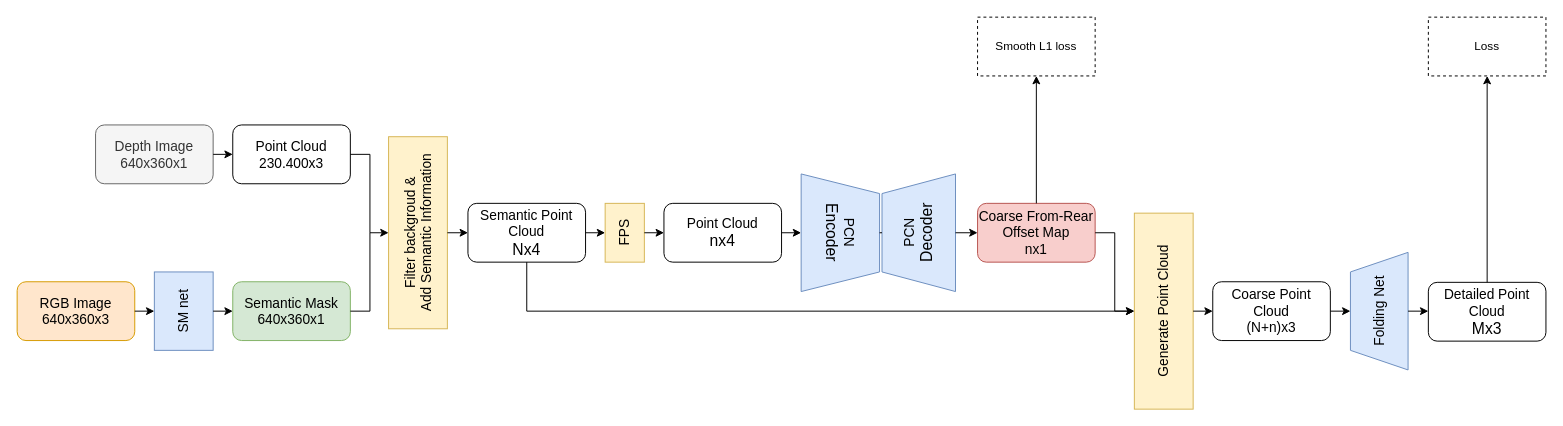
HoangHongNgo/examples keeps this draw.io diagram as intergrate-pcn.drawio. Above is the earlier version. Source tidied: cells renumbered, new cells numbered last; positions are measured from the earlier drawing's top-left corner, leaving out a move shared by most shapes. Both pictures are drawn from the tidied source at 98%, with x=0, y=0 at pixel (17, 17).
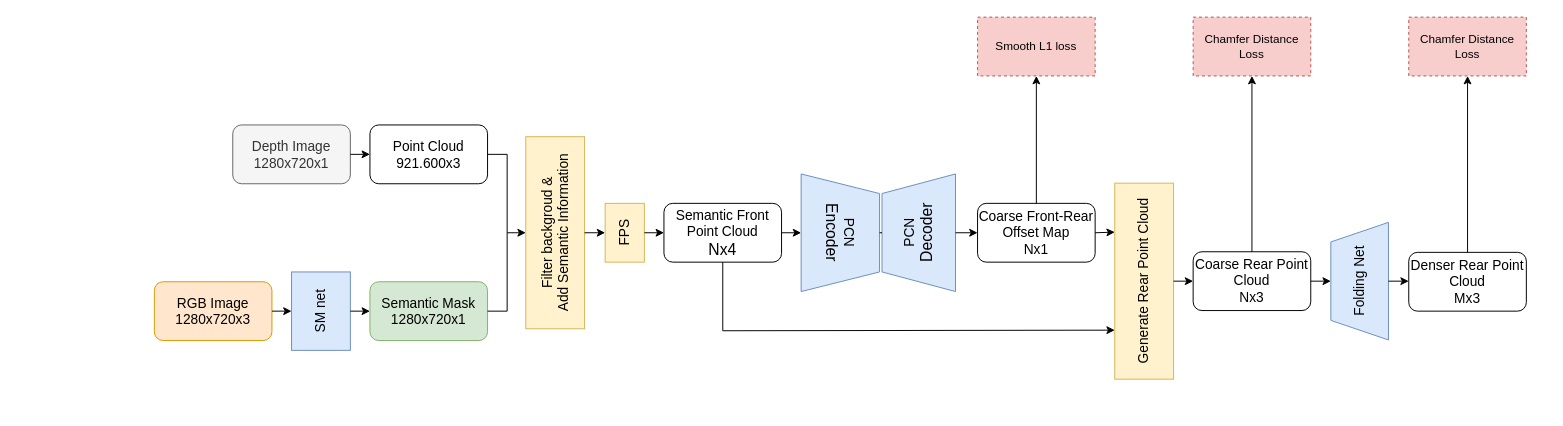
After the change.

Unchanged cells that the change refers to:
```xml
<mxCell id="4" value="&lt;span style=&quot;font-size: 14px;&quot;&gt;FPS&lt;/span&gt;" style="rounded=0;whiteSpace=wrap;html=1;rotation=-90;fillColor=#fff2cc;strokeColor=#d6b656;" parent="1" vertex="1">
  <mxGeometry x="590" y="200" width="60" height="40" as="geometry" />
</mxCell>
```

Diff of the diagram source:
```diff
@@
-    <mxCell id="2" value="&lt;font style=&quot;font-size: 14px;&quot;&gt;Depth Image&lt;/font&gt;&lt;div&gt;&lt;font style=&quot;font-size: 14px;&quot;&gt;640x360x1&lt;/font&gt;&lt;/div&gt;" style="rounded=1;whiteSpace=wrap;html=1;fillColor=#f5f5f5;fontColor=#333333;strokeColor=#666666;" parent="1" vertex="1">
-      <mxGeometry x="80" y="110" width="120" height="60" as="geometry" />
+    <mxCell id="2" value="&lt;font style=&quot;font-size: 14px;&quot;&gt;Depth Image&lt;/font&gt;&lt;div&gt;&lt;font style=&quot;font-size: 14px;&quot;&gt;1280x720x1&lt;/font&gt;&lt;/div&gt;" style="rounded=1;whiteSpace=wrap;html=1;fillColor=#f5f5f5;fontColor=#333333;strokeColor=#666666;" parent="1" vertex="1">
+      <mxGeometry x="220" y="110" width="120" height="60" as="geometry" />
     </mxCell>
-    <mxCell id="3" value="&lt;font style=&quot;font-size: 14px;&quot;&gt;Point Cloud&lt;/font&gt;&lt;div&gt;&lt;font size=&quot;3&quot;&gt;nx4&lt;/font&gt;&lt;/div&gt;" style="rounded=1;whiteSpace=wrap;html=1;" parent="1" vertex="1">
+    <mxCell id="3" value="&lt;font style=&quot;font-size: 14px;&quot;&gt;Semantic Front Point Cloud&lt;/font&gt;&lt;div&gt;&lt;font size=&quot;3&quot;&gt;Nx4&lt;/font&gt;&lt;/div&gt;" style="rounded=1;whiteSpace=wrap;html=1;" parent="1" vertex="1">
       <mxGeometry x="660" y="190" width="120" height="60" as="geometry" />
     </mxCell>
@@
-    <mxCell id="5" value="&lt;font style=&quot;font-size: 14px;&quot;&gt;Semantic Mask&lt;/font&gt;&lt;div&gt;&lt;font style=&quot;font-size: 14px;&quot;&gt;640x360x1&lt;/font&gt;&lt;/div&gt;" style="rounded=1;whiteSpace=wrap;html=1;fillColor=#d5e8d4;strokeColor=#82b366;" parent="1" vertex="1">
-      <mxGeometry x="220" y="270" width="120" height="60" as="geometry" />
+    <mxCell id="5" value="&lt;font style=&quot;font-size: 14px;&quot;&gt;Semantic Mask&lt;/font&gt;&lt;div&gt;&lt;font style=&quot;font-size: 14px;&quot;&gt;1280x720x1&lt;/font&gt;&lt;/div&gt;" style="rounded=1;whiteSpace=wrap;html=1;fillColor=#d5e8d4;strokeColor=#82b366;" parent="1" vertex="1">
+      <mxGeometry x="360" y="270" width="120" height="60" as="geometry" />
     </mxCell>
@@
-    <mxCell id="8" value="&lt;span style=&quot;font-size: 14px;&quot;&gt;Coarse From-Rear Offset Map&lt;/span&gt;&lt;div&gt;&lt;span style=&quot;font-size: 14px;&quot;&gt;nx1&lt;/span&gt;&lt;/div&gt;" style="rounded=1;whiteSpace=wrap;html=1;fillColor=#f8cecc;strokeColor=#b85450;" parent="1" vertex="1">
+    <mxCell id="8" value="&lt;span style=&quot;font-size: 14px;&quot;&gt;Coarse Front-Rear Offset Map&lt;/span&gt;&lt;div&gt;&lt;span style=&quot;font-size: 14px;&quot;&gt;Nx1&lt;/span&gt;&lt;/div&gt;" style="rounded=1;whiteSpace=wrap;html=1;" parent="1" vertex="1">
       <mxGeometry x="980" y="190" width="120" height="60" as="geometry" />
     </mxCell>
-    <mxCell id="9" value="&lt;font style=&quot;font-size: 14px;&quot;&gt;Detailed Point Cloud&lt;/font&gt;&lt;div&gt;&lt;font size=&quot;3&quot; style=&quot;&quot;&gt;Mx3&lt;/font&gt;&lt;/div&gt;" style="rounded=1;whiteSpace=wrap;html=1;" parent="1" vertex="1">
-      <mxGeometry x="1440" y="270.6" width="120" height="60" as="geometry" />
+    <mxCell id="9" value="&lt;span style=&quot;font-size: 14px;&quot;&gt;Denser Rear Point Cloud&lt;/span&gt;&lt;div&gt;&lt;span style=&quot;font-size: 14px;&quot;&gt;Mx3&lt;/span&gt;&lt;/div&gt;" style="rounded=1;whiteSpace=wrap;html=1;" parent="1" vertex="1">
+      <mxGeometry x="1420" y="240" width="120" height="60" as="geometry" />
     </mxCell>
     <mxCell id="10" style="endArrow=none;html=1;rounded=0;" parent="1" edge="1">
       <mxGeometry relative="1" as="geometry">
-        <mxPoint x="340" y="300" as="sourcePoint" />
-        <mxPoint x="360" y="300" as="targetPoint" />
+        <mxPoint x="480" y="300" as="sourcePoint" />
+        <mxPoint x="500" y="300" as="targetPoint" />
       </mxGeometry>
     </mxCell>
     <mxCell id="11" style="endArrow=none;html=1;rounded=0;" parent="1" edge="1">
       <mxGeometry relative="1" as="geometry">
-        <mxPoint x="360" y="300" as="sourcePoint" />
-        <mxPoint x="360" y="220" as="targetPoint" />
+        <mxPoint x="500" y="300" as="sourcePoint" />
+        <mxPoint x="500" y="220" as="targetPoint" />
       </mxGeometry>
     </mxCell>
@@
-    <mxCell id="13" value="&lt;span style=&quot;font-size: 14px;&quot;&gt;Point Cloud&lt;/span&gt;&lt;div&gt;&lt;span style=&quot;font-size: 14px;&quot;&gt;230.400x3&lt;/span&gt;&lt;/div&gt;" style="rounded=1;whiteSpace=wrap;html=1;" parent="1" vertex="1">
-      <mxGeometry x="220" y="110" width="120" height="60" as="geometry" />
+    <mxCell id="13" value="&lt;span style=&quot;font-size: 14px;&quot;&gt;Point Cloud&lt;/span&gt;&lt;div&gt;&lt;span style=&quot;font-size: 14px;&quot;&gt;921.600x3&lt;/span&gt;&lt;/div&gt;" style="rounded=1;whiteSpace=wrap;html=1;" parent="1" vertex="1">
+      <mxGeometry x="360" y="110" width="120" height="60" as="geometry" />
     </mxCell>
-    <mxCell id="14" value="&lt;span style=&quot;font-size: 14px;&quot;&gt;RGB Image&lt;/span&gt;&lt;div&gt;&lt;span style=&quot;font-size: 14px;&quot;&gt;640x360x3&lt;/span&gt;&lt;/div&gt;" style="rounded=1;whiteSpace=wrap;html=1;fillColor=#ffe6cc;strokeColor=#d79b00;" parent="1" vertex="1">
-      <mxGeometry y="270" width="120" height="60" as="geometry" />
+    <mxCell id="14" value="&lt;span style=&quot;font-size: 14px;&quot;&gt;RGB Image&lt;/span&gt;&lt;div&gt;&lt;span style=&quot;font-size: 14px;&quot;&gt;1280x720x3&lt;/span&gt;&lt;/div&gt;" style="rounded=1;whiteSpace=wrap;html=1;fillColor=#ffe6cc;strokeColor=#d79b00;" parent="1" vertex="1">
+      <mxGeometry x="140" y="270" width="120" height="60" as="geometry" />
     </mxCell>
     <mxCell id="15" value="&lt;font style=&quot;font-size: 14px;&quot;&gt;SM net&lt;/font&gt;" style="rounded=0;whiteSpace=wrap;html=1;rotation=-90;fillColor=#dae8fc;strokeColor=#6c8ebf;" parent="1" vertex="1">
-      <mxGeometry x="130" y="270" width="80" height="60" as="geometry" />
+      <mxGeometry x="270" y="270" width="80" height="60" as="geometry" />
     </mxCell>
-    <mxCell id="16" value="&lt;font style=&quot;font-size: 14px;&quot;&gt;Semantic Point Cloud&lt;/font&gt;&lt;div&gt;&lt;font size=&quot;3&quot;&gt;Nx4&lt;/font&gt;&lt;/div&gt;" style="rounded=1;whiteSpace=wrap;html=1;" parent="1" vertex="1">
-      <mxGeometry x="460" y="190" width="120" height="60" as="geometry" />
-    </mxCell>
     <mxCell id="17" value="&lt;font style=&quot;font-size: 14px;&quot;&gt;Filter backgroud &amp;amp;&lt;/font&gt;&lt;div&gt;&lt;font style=&quot;font-size: 14px;&quot;&gt;Add Semantic Information&lt;/font&gt;&lt;/div&gt;" style="rounded=0;whiteSpace=wrap;html=1;rotation=-90;fillColor=#fff2cc;strokeColor=#d6b656;" parent="1" vertex="1">
-      <mxGeometry x="311" y="190" width="196" height="60" as="geometry" />
+      <mxGeometry x="451" y="190" width="196" height="60" as="geometry" />
     </mxCell>
-    <mxCell id="18" value="&lt;span style=&quot;font-size: 14px;&quot;&gt;Coarse Point Cloud&lt;/span&gt;&lt;div&gt;&lt;span style=&quot;font-size: 14px;&quot;&gt;(N+n)x3&lt;/span&gt;&lt;/div&gt;" style="rounded=1;whiteSpace=wrap;html=1;" parent="1" vertex="1">
-      <mxGeometry x="1220" y="270" width="120" height="60" as="geometry" />
+    <mxCell id="18" value="&lt;span style=&quot;font-size: 14px;&quot;&gt;Coarse Rear Point Cloud&lt;/span&gt;&lt;div&gt;&lt;span style=&quot;font-size: 14px;&quot;&gt;Nx3&lt;/span&gt;&lt;/div&gt;" style="rounded=1;whiteSpace=wrap;html=1;" parent="1" vertex="1">
+      <mxGeometry x="1200" y="239.4" width="120" height="60" as="geometry" />
     </mxCell>
-    <mxCell id="19" value="&lt;font style=&quot;font-size: 14px;&quot;&gt;Generate Point Cloud&lt;/font&gt;" style="rounded=0;whiteSpace=wrap;html=1;fillColor=#fff2cc;strokeColor=#d6b656;rotation=-90;" parent="1" vertex="1">
-      <mxGeometry x="1070" y="270" width="200" height="60" as="geometry" />
+    <mxCell id="19" value="&lt;font style=&quot;font-size: 14px;&quot;&gt;Generate Rear Point Cloud&lt;/font&gt;" style="rounded=0;whiteSpace=wrap;html=1;fillColor=#fff2cc;strokeColor=#d6b656;rotation=-90;" parent="1" vertex="1">
+      <mxGeometry x="1050" y="239.4" width="200" height="60" as="geometry" />
     </mxCell>
-    <mxCell id="20" style="endArrow=classic;html=1;rounded=0;exitX=1;exitY=0.5;exitDx=0;exitDy=0;entryX=0.5;entryY=0;entryDx=0;entryDy=0;" parent="1" edge="1" source="8" target="19">
-      <mxGeometry relative="1" as="geometry">
-        <Array as="points">
-          <mxPoint x="1120" y="220" />
-          <mxPoint x="1120" y="300" />
-        </Array>
-      </mxGeometry>
-    </mxCell>
@@
     <mxCell id="26" style="endArrow=classic;html=1;rounded=0;exitX=1;exitY=0.5;exitDx=0;exitDy=0;entryX=0.5;entryY=0;entryDx=0;entryDy=0;" parent="1" edge="1" source="13" target="17">
       <mxGeometry relative="1" as="geometry">
         <Array as="points">
-          <mxPoint x="360" y="140" />
-          <mxPoint x="360" y="220" />
+          <mxPoint x="500" y="140" />
+          <mxPoint x="500" y="220" />
         </Array>
       </mxGeometry>
     </mxCell>
-    <mxCell id="27" style="endArrow=classic;html=1;rounded=0;exitX=0.5;exitY=1;exitDx=0;exitDy=0;entryX=0;entryY=0.5;entryDx=0;entryDy=0;" parent="1" edge="1" source="17" target="16">
-      <mxGeometry relative="1" as="geometry" />
+    <mxCell id="27" style="endArrow=classic;html=1;rounded=0;exitX=0.5;exitY=1;exitDx=0;exitDy=0;entryX=0;entryY=0.5;entryDx=0;entryDy=0;" parent="1" edge="1" source="17">
+      <mxGeometry relative="1" as="geometry">
+        <mxPoint x="600" y="220" as="targetPoint" />
+      </mxGeometry>
     </mxCell>
-    <mxCell id="28" style="endArrow=classic;html=1;rounded=0;exitX=0.5;exitY=1;exitDx=0;exitDy=0;entryX=0.5;entryY=0;entryDx=0;entryDy=0;" parent="1" edge="1" source="16" target="19">
-      <mxGeometry relative="1" as="geometry">
-        <Array as="points">
-          <mxPoint x="520" y="300" />
-        </Array>
-      </mxGeometry>
-    </mxCell>
     <mxCell id="29" value="&lt;span style=&quot;font-size: 14px;&quot;&gt;Folding Net&lt;/span&gt;" style="shape=trapezoid;perimeter=trapezoidPerimeter;whiteSpace=wrap;html=1;fixedSize=1;rotation=-90;fillColor=#dae8fc;strokeColor=#6c8ebf;" parent="1" vertex="1">
-      <mxGeometry x="1329.9" y="270.6" width="120" height="58.8" as="geometry" />
+      <mxGeometry x="1309.9" y="240" width="120" height="58.8" as="geometry" />
     </mxCell>
-    <mxCell id="30" style="endArrow=classic;html=1;rounded=0;exitX=1;exitY=0.5;exitDx=0;exitDy=0;" parent="1" edge="1" source="16" target="4">
-      <mxGeometry relative="1" as="geometry" />
-    </mxCell>
@@
     <mxCell id="34" style="endArrow=classic;html=1;rounded=0;exitX=0.5;exitY=1;exitDx=0;exitDy=0;" parent="1" edge="1" source="29">
       <mxGeometry relative="1" as="geometry">
-        <mxPoint x="1440" y="300" as="targetPoint" />
+        <mxPoint x="1420" y="269.4" as="targetPoint" />
       </mxGeometry>
     </mxCell>
@@
-    <mxCell id="36" value="Smooth L1 loss" style="rounded=0;whiteSpace=wrap;html=1;dashed=1;" parent="1" vertex="1">
+    <mxCell id="36" value="Smooth L1 loss" style="rounded=0;whiteSpace=wrap;html=1;dashed=1;fillColor=#f8cecc;strokeColor=#b85450;" parent="1" vertex="1">
       <mxGeometry x="980" width="120" height="60" as="geometry" />
     </mxCell>
-    <mxCell id="37" style="endArrow=classic;html=1;rounded=0;exitX=0.5;exitY=0;exitDx=0;exitDy=0;" parent="1" edge="1" source="9">
-      <mxGeometry relative="1" as="geometry">
-        <mxPoint x="1500" y="60" as="targetPoint" />
-      </mxGeometry>
+    <mxCell id="37" style="endArrow=classic;html=1;rounded=0;exitX=0.5;exitY=0;exitDx=0;exitDy=0;entryX=0.5;entryY=1;entryDx=0;entryDy=0;" parent="1" edge="1" source="9" target="38">
+      <mxGeometry relative="1" as="geometry" />
     </mxCell>
-    <mxCell id="38" value="Loss" style="rounded=0;whiteSpace=wrap;html=1;dashed=1;" parent="1" vertex="1">
-      <mxGeometry x="1440" width="120" height="60" as="geometry" />
+    <mxCell id="38" value="Chamfer Distance Loss" style="rounded=0;whiteSpace=wrap;html=1;dashed=1;fillColor=#f8cecc;strokeColor=#b85450;" parent="1" vertex="1">
+      <mxGeometry x="1420" width="120" height="60" as="geometry" />
     </mxCell>
+    <mxCell id="20" style="endArrow=classic;html=1;rounded=0;exitX=1;exitY=0.5;exitDx=0;exitDy=0;entryX=0.75;entryY=0;entryDx=0;entryDy=0;" parent="1" edge="1" source="8" target="19">
+      <mxGeometry relative="1" as="geometry" />
+    </mxCell>
+    <mxCell id="39" style="endArrow=classic;html=1;rounded=0;exitX=0.5;exitY=1;exitDx=0;exitDy=0;entryX=0.25;entryY=0;entryDx=0;entryDy=0;" parent="1" edge="1" source="3" target="19">
+      <mxGeometry relative="1" as="geometry">
+        <Array as="points">
+          <mxPoint x="720" y="320" />
+        </Array>
+      </mxGeometry>
+    </mxCell>
+    <mxCell id="40" style="endArrow=classic;html=1;rounded=0;exitX=0.5;exitY=0;exitDx=0;exitDy=0;" parent="1" edge="1" source="18">
+      <mxGeometry relative="1" as="geometry">
+        <mxPoint x="1260" y="60" as="targetPoint" />
+      </mxGeometry>
+    </mxCell>
+    <mxCell id="41" value="Chamfer Distance Loss" style="rounded=0;whiteSpace=wrap;html=1;dashed=1;fillColor=#f8cecc;strokeColor=#b85450;" parent="1" vertex="1">
+      <mxGeometry x="1200" width="120" height="60" as="geometry" />
+    </mxCell>
```
